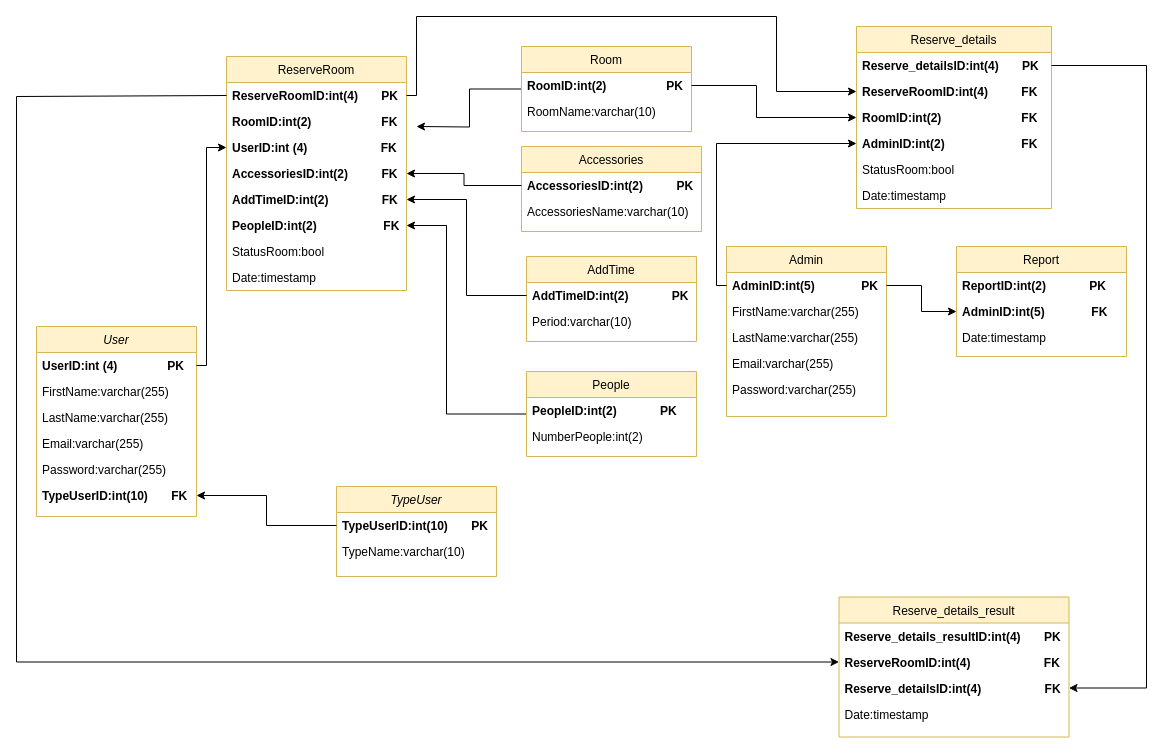
Before: Untitled Diagram.drawio in KawwalinJaiphet/AAA, a draw.io diagram. Source tidied: cells renumbered, new cells numbered last; positions are measured from the earlier drawing's top-left corner, leaving out a move shared by most shapes. Both pictures are drawn from the tidied source at 100%, with x=0, y=0 at pixel (16, 16).
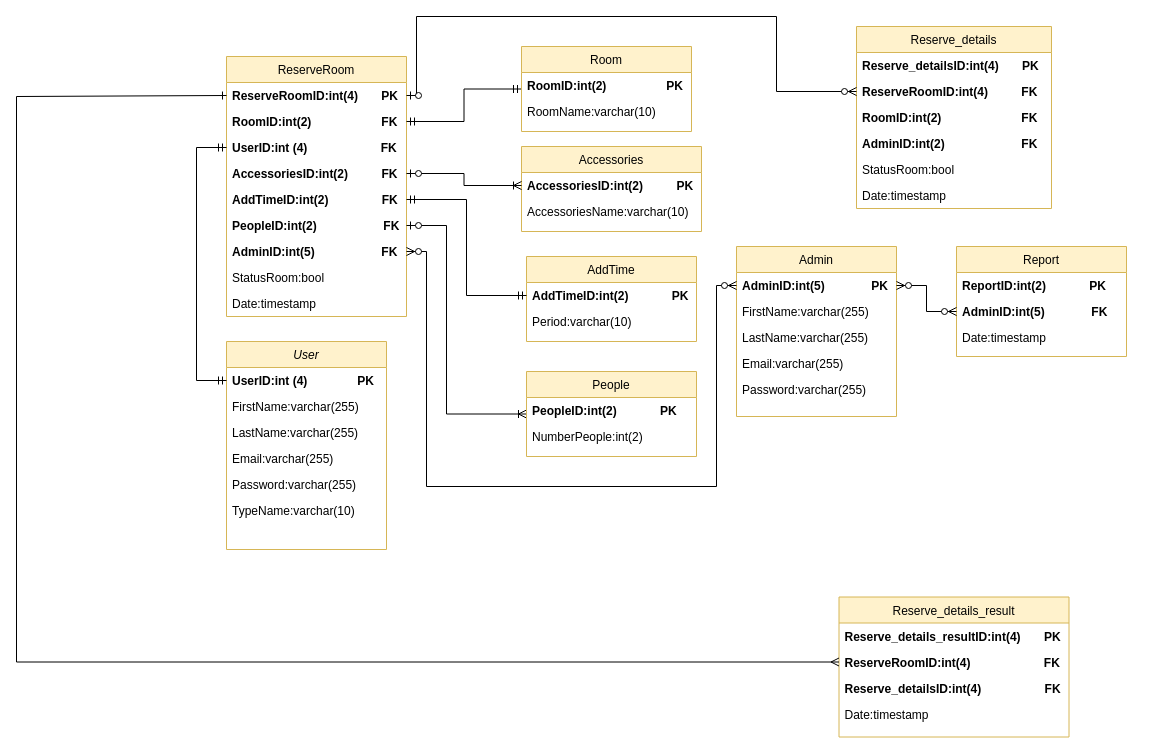
The same page after the edit.

The change refers to these unchanged cells:
```xml
<mxCell id="3" value="UserID:int (4)               PK" style="text;align=left;verticalAlign=top;spacingLeft=4;spacingRight=4;overflow=hidden;points=[[0,0.5],[1,0.5]];portConstraint=eastwest;fontStyle=1;" parent="2" vertex="1">
  <mxGeometry y="26" width="160" height="26" as="geometry" />
</mxCell>
<mxCell id="10" value="AdminID:int(5)              PK" style="text;align=left;verticalAlign=top;spacingLeft=4;spacingRight=4;overflow=hidden;points=[[0,0.5],[1,0.5]];portConstraint=eastwest;fontStyle=1;" parent="9" vertex="1">
  <mxGeometry y="26" width="160" height="26" as="geometry" />
</mxCell>
<mxCell id="16" value="ReserveRoomID:int(4)       PK" style="text;align=left;verticalAlign=top;spacingLeft=4;spacingRight=4;overflow=hidden;points=[[0,0.5],[1,0.5]];portConstraint=eastwest;fontStyle=1;" parent="15" vertex="1">
  <mxGeometry y="26" width="180" height="26" as="geometry" />
</mxCell>
<mxCell id="17" value="RoomID:int(2)                     FK" style="text;align=left;verticalAlign=top;spacingLeft=4;spacingRight=4;overflow=hidden;points=[[0,0.5],[1,0.5]];portConstraint=eastwest;fontStyle=1;" parent="15" vertex="1">
  <mxGeometry y="52" width="180" height="26" as="geometry" />
</mxCell>
<mxCell id="18" value="UserID:int (4)                      FK" style="text;align=left;verticalAlign=top;spacingLeft=4;spacingRight=4;overflow=hidden;points=[[0,0.5],[1,0.5]];portConstraint=eastwest;fontStyle=1;" parent="15" vertex="1">
  <mxGeometry y="78" width="180" height="26" as="geometry" />
</mxCell>
<mxCell id="19" value="AccessoriesID:int(2)          FK" style="text;align=left;verticalAlign=top;spacingLeft=4;spacingRight=4;overflow=hidden;points=[[0,0.5],[1,0.5]];portConstraint=eastwest;fontStyle=1;" parent="15" vertex="1">
  <mxGeometry y="104" width="180" height="26" as="geometry" />
</mxCell>
<mxCell id="20" value="AddTimeID:int(2)                FK" style="text;align=left;verticalAlign=top;spacingLeft=4;spacingRight=4;overflow=hidden;points=[[0,0.5],[1,0.5]];portConstraint=eastwest;fontStyle=1;" parent="15" vertex="1">
  <mxGeometry y="130" width="180" height="26" as="geometry" />
</mxCell>
<mxCell id="21" value="PeopleID:int(2)                    FK" style="text;align=left;verticalAlign=top;spacingLeft=4;spacingRight=4;overflow=hidden;points=[[0,0.5],[1,0.5]];portConstraint=eastwest;fontStyle=1;" parent="15" vertex="1">
  <mxGeometry y="156" width="180" height="26" as="geometry" />
</mxCell>
<mxCell id="28" value="Room" style="swimlane;fontStyle=0;align=center;verticalAlign=top;horizontal=1;startSize=26;rounded=0;shadow=0;strokeWidth=1;fillColor=#fff2cc;strokeColor=#d6b656;" parent="1" vertex="1">
  <mxGeometry x="505" y="30" width="170" height="85" as="geometry" />
</mxCell>
<mxCell id="29" value="RoomID:int(2)                  PK" style="text;align=left;verticalAlign=top;spacingLeft=4;spacingRight=4;overflow=hidden;points=[[0,0.5],[1,0.5]];portConstraint=eastwest;fontStyle=1;" parent="28" vertex="1">
  <mxGeometry y="26" width="170" height="26" as="geometry" />
</mxCell>
<mxCell id="32" value="AccessoriesID:int(2)          PK" style="text;align=left;verticalAlign=top;spacingLeft=4;spacingRight=4;overflow=hidden;points=[[0,0.5],[1,0.5]];portConstraint=eastwest;fontStyle=1;" parent="31" vertex="1">
  <mxGeometry y="26" width="180" height="26" as="geometry" />
</mxCell>
<mxCell id="35" value="AddTimeID:int(2)             PK" style="text;align=left;verticalAlign=top;spacingLeft=4;spacingRight=4;overflow=hidden;points=[[0,0.5],[1,0.5]];portConstraint=eastwest;fontStyle=1;" parent="34" vertex="1">
  <mxGeometry y="26" width="170" height="26" as="geometry" />
</mxCell>
<mxCell id="38" value="People" style="swimlane;fontStyle=0;align=center;verticalAlign=top;horizontal=1;startSize=26;rounded=0;shadow=0;strokeWidth=1;fillColor=#fff2cc;strokeColor=#d6b656;" parent="1" vertex="1">
  <mxGeometry x="510" y="355" width="170" height="85" as="geometry" />
</mxCell>
<mxCell id="42" value="Reserve_detailsID:int(4)       PK" style="text;align=left;verticalAlign=top;spacingLeft=4;spacingRight=4;overflow=hidden;points=[[0,0.5],[1,0.5]];portConstraint=eastwest;fontStyle=1;" parent="41" vertex="1">
  <mxGeometry y="26" width="195" height="26" as="geometry" />
</mxCell>
<mxCell id="43" value="ReserveRoomID:int(4)          FK" style="text;align=left;verticalAlign=top;spacingLeft=4;spacingRight=4;overflow=hidden;points=[[0,0.5],[1,0.5]];portConstraint=eastwest;fontStyle=1;" parent="41" vertex="1">
  <mxGeometry y="52" width="195" height="26" as="geometry" />
</mxCell>
<mxCell id="44" value="RoomID:int(2)                        FK" style="text;align=left;verticalAlign=top;spacingLeft=4;spacingRight=4;overflow=hidden;points=[[0,0.5],[1,0.5]];portConstraint=eastwest;fontStyle=1;" parent="41" vertex="1">
  <mxGeometry y="78" width="195" height="26" as="geometry" />
</mxCell>
<mxCell id="45" value="AdminID:int(2)                       FK" style="text;align=left;verticalAlign=top;spacingLeft=4;spacingRight=4;overflow=hidden;points=[[0,0.5],[1,0.5]];portConstraint=eastwest;fontStyle=1;" parent="41" vertex="1">
  <mxGeometry y="104" width="195" height="26" as="geometry" />
</mxCell>
<mxCell id="50" value="ReserveRoomID:int(4)                      FK" style="text;align=left;verticalAlign=top;spacingLeft=4;spacingRight=4;overflow=hidden;points=[[0,0.5],[1,0.5]];portConstraint=eastwest;fontStyle=1;" parent="48" vertex="1">
  <mxGeometry y="52" width="230" height="26" as="geometry" />
</mxCell>
<mxCell id="51" value="Reserve_detailsID:int(4)                   FK" style="text;align=left;verticalAlign=top;spacingLeft=4;spacingRight=4;overflow=hidden;points=[[0,0.5],[1,0.5]];portConstraint=eastwest;fontStyle=1;" parent="48" vertex="1">
  <mxGeometry y="78" width="230" height="26" as="geometry" />
</mxCell>
<mxCell id="55" value="AdminID:int(5)              FK" style="text;align=left;verticalAlign=top;spacingLeft=4;spacingRight=4;overflow=hidden;points=[[0,0.5],[1,0.5]];portConstraint=eastwest;fontStyle=1;" parent="53" vertex="1">
  <mxGeometry y="52" width="170" height="26" as="geometry" />
</mxCell>
```

What changed in the source:
```diff
@@
     <mxCell id="2" value="User" style="swimlane;fontStyle=2;align=center;verticalAlign=top;horizontal=1;startSize=26;rounded=0;shadow=0;strokeWidth=1;fillColor=#fff2cc;strokeColor=#d6b656;" parent="1" vertex="1">
-      <mxGeometry x="20" y="310" width="160" height="190" as="geometry" />
+      <mxGeometry x="210" y="325" width="160" height="208" as="geometry" />
     </mxCell>
@@
-    <mxCell id="8" value="TypeUserID:int(10)       FK" style="text;align=left;verticalAlign=top;spacingLeft=4;spacingRight=4;overflow=hidden;points=[[0,0.5],[1,0.5]];portConstraint=eastwest;rounded=0;shadow=0;html=0;fontStyle=1;" parent="2" vertex="1">
-      <mxGeometry y="156" width="160" height="26" as="geometry" />
-    </mxCell>
+    <mxCell id="26" value="TypeName:varchar(10)" style="text;align=left;verticalAlign=top;spacingLeft=4;spacingRight=4;overflow=hidden;rounded=0;shadow=0;html=0;" parent="2" vertex="1">
+      <mxGeometry y="156" width="160" height="26" as="geometry" />
+    </mxCell>
     <mxCell id="9" value="Admin" style="swimlane;fontStyle=0;align=center;verticalAlign=top;horizontal=1;startSize=26;rounded=0;shadow=0;strokeWidth=1;fillColor=#fff2cc;strokeColor=#d6b656;" parent="1" vertex="1">
-      <mxGeometry x="710" y="230" width="160" height="170" as="geometry" />
+      <mxGeometry x="720" y="230" width="160" height="170" as="geometry" />
     </mxCell>
@@
     <mxCell id="15" value="ReserveRoom" style="swimlane;fontStyle=0;align=center;verticalAlign=top;horizontal=1;startSize=26;rounded=0;shadow=0;strokeWidth=1;fillColor=#fff2cc;strokeColor=#d6b656;" parent="1" vertex="1">
-      <mxGeometry x="210" y="40" width="180" height="234" as="geometry" />
+      <mxGeometry x="210" y="40" width="180" height="260" as="geometry" />
     </mxCell>
@@
+    <mxCell id="67" value="AdminID:int(5)                    FK" style="text;align=left;verticalAlign=top;spacingLeft=4;spacingRight=4;overflow=hidden;points=[[0,0.5],[1,0.5]];portConstraint=eastwest;fontStyle=1;" parent="15" vertex="1">
+      <mxGeometry y="182" width="180" height="26" as="geometry" />
+    </mxCell>
     <mxCell id="22" value="StatusRoom:bool          " style="text;align=left;verticalAlign=top;spacingLeft=4;spacingRight=4;overflow=hidden;fontStyle=0;" parent="15" vertex="1">
-      <mxGeometry y="182" width="180" height="26" as="geometry" />
+      <mxGeometry y="208" width="180" height="26" as="geometry" />
     </mxCell>
     <mxCell id="23" value="Date:timestamp" style="text;align=left;verticalAlign=top;spacingLeft=4;spacingRight=4;overflow=hidden;fontStyle=0;" parent="15" vertex="1">
-      <mxGeometry y="208" width="180" height="26" as="geometry" />
+      <mxGeometry y="234" width="180" height="26" as="geometry" />
     </mxCell>
-    <mxCell id="24" value="TypeUser" style="swimlane;fontStyle=2;align=center;verticalAlign=top;horizontal=1;startSize=26;rounded=0;shadow=0;strokeWidth=1;fillColor=#fff2cc;strokeColor=#d6b656;" parent="1" vertex="1">
-      <mxGeometry x="320" y="470" width="160" height="90" as="geometry" />
-    </mxCell>
-    <mxCell id="25" value="TypeUserID:int(10)       PK" style="text;align=left;verticalAlign=top;spacingLeft=4;spacingRight=4;overflow=hidden;points=[[0,0.5],[1,0.5]];portConstraint=eastwest;fontStyle=1;" parent="24" vertex="1">
-      <mxGeometry y="26" width="160" height="26" as="geometry" />
-    </mxCell>
-    <mxCell id="26" value="TypeName:varchar(10)" style="text;align=left;verticalAlign=top;spacingLeft=4;spacingRight=4;overflow=hidden;rounded=0;shadow=0;html=0;" parent="24" vertex="1">
-      <mxGeometry y="52" width="160" height="26" as="geometry" />
-    </mxCell>
-    <mxCell id="27" style="edgeStyle=orthogonalEdgeStyle;rounded=0;jettySize=auto;html=1;" parent="1" edge="1" source="28">
-      <mxGeometry relative="1" as="geometry">
-        <mxPoint x="400" y="110" as="targetPoint" />
-      </mxGeometry>
+    <mxCell id="27" style="edgeStyle=orthogonalEdgeStyle;rounded=0;jettySize=auto;html=1;startArrow=ERmandOne;startFill=0;endArrow=ERmandOne;endFill=0;entryX=1;entryY=0.5;entryDx=0;entryDy=0;" parent="1" edge="1" source="28" target="17">
+      <mxGeometry relative="1" as="geometry" />
     </mxCell>
@@
-    <mxCell id="37" style="edgeStyle=orthogonalEdgeStyle;rounded=0;jettySize=auto;html=1;entryX=1;entryY=0.5;entryDx=0;entryDy=0;" parent="1" edge="1" source="38" target="21">
+    <mxCell id="37" style="edgeStyle=orthogonalEdgeStyle;rounded=0;jettySize=auto;html=1;entryX=1;entryY=0.5;entryDx=0;entryDy=0;startArrow=ERoneToMany;startFill=0;endArrow=ERzeroToOne;endFill=1;" parent="1" edge="1" source="38" target="21">
       <mxGeometry relative="1" as="geometry">
         <Array as="points">
           <mxPoint x="430" y="397" />
           <mxPoint x="430" y="209" />
         </Array>
       </mxGeometry>
     </mxCell>
@@
-    <mxCell id="57" style="edgeStyle=orthogonalEdgeStyle;rounded=0;jettySize=auto;html=1;entryX=1;entryY=0.5;entryDx=0;entryDy=0;exitX=0;exitY=0.5;exitDx=0;exitDy=0;" parent="1" edge="1" source="25" target="8">
-      <mxGeometry relative="1" as="geometry">
-        <Array as="points">
-          <mxPoint x="250" y="509" />
-          <mxPoint x="250" y="479" />
-        </Array>
-      </mxGeometry>
-    </mxCell>
-    <mxCell id="58" style="edgeStyle=orthogonalEdgeStyle;rounded=0;jettySize=auto;html=1;entryX=0;entryY=0.5;entryDx=0;entryDy=0;" parent="1" edge="1" source="3" target="18">
+    <mxCell id="58" style="edgeStyle=orthogonalEdgeStyle;rounded=0;jettySize=auto;html=1;entryX=0;entryY=0.5;entryDx=0;entryDy=0;startArrow=ERmandOne;startFill=0;endArrow=ERmandOne;endFill=0;exitX=0;exitY=0.5;exitDx=0;exitDy=0;" parent="1" edge="1" source="3" target="18">
       <mxGeometry relative="1" as="geometry">
         <Array as="points">
-          <mxPoint x="190" y="349" />
-          <mxPoint x="190" y="131" />
+          <mxPoint x="180" y="364" />
+          <mxPoint x="180" y="131" />
         </Array>
       </mxGeometry>
     </mxCell>
-    <mxCell id="59" style="edgeStyle=orthogonalEdgeStyle;rounded=0;jettySize=auto;html=1;entryX=1;entryY=0.5;entryDx=0;entryDy=0;" parent="1" edge="1" source="32" target="19">
+    <mxCell id="59" style="edgeStyle=orthogonalEdgeStyle;rounded=0;jettySize=auto;html=1;entryX=1;entryY=0.5;entryDx=0;entryDy=0;startArrow=ERoneToMany;startFill=0;endArrow=ERzeroToOne;endFill=1;" parent="1" edge="1" source="32" target="19">
       <mxGeometry relative="1" as="geometry" />
     </mxCell>
-    <mxCell id="60" style="edgeStyle=orthogonalEdgeStyle;rounded=0;jettySize=auto;html=1;" parent="1" edge="1" source="35" target="20">
+    <mxCell id="60" style="edgeStyle=orthogonalEdgeStyle;rounded=0;jettySize=auto;html=1;startArrow=ERmandOne;startFill=0;endArrow=ERmandOne;endFill=0;" parent="1" edge="1" source="35" target="20">
       <mxGeometry relative="1" as="geometry" />
     </mxCell>
-    <mxCell id="61" style="edgeStyle=orthogonalEdgeStyle;rounded=0;jettySize=auto;html=1;entryX=0;entryY=0.5;entryDx=0;entryDy=0;" parent="1" edge="1" source="16" target="43">
+    <mxCell id="61" style="edgeStyle=orthogonalEdgeStyle;rounded=0;jettySize=auto;html=1;entryX=0;entryY=0.5;entryDx=0;entryDy=0;endArrow=ERzeroToMany;endFill=1;startArrow=ERzeroToOne;startFill=1;" parent="1" edge="1" source="16" target="43">
       <mxGeometry relative="1" as="geometry">
         <Array as="points">
           <mxPoint x="400" y="79" />
           <mxPoint x="400" />
           <mxPoint x="760" />
           <mxPoint x="760" y="75" />
         </Array>
       </mxGeometry>
     </mxCell>
-    <mxCell id="62" style="edgeStyle=orthogonalEdgeStyle;rounded=0;jettySize=auto;html=1;" parent="1" edge="1" source="29" target="44">
-      <mxGeometry relative="1" as="geometry">
-        <Array as="points">
-          <mxPoint x="740" y="69" />
-          <mxPoint x="740" y="101" />
-        </Array>
-      </mxGeometry>
-    </mxCell>
-    <mxCell id="63" style="edgeStyle=orthogonalEdgeStyle;rounded=0;jettySize=auto;html=1;entryX=0;entryY=0.5;entryDx=0;entryDy=0;exitX=0;exitY=0.5;exitDx=0;exitDy=0;" parent="1" edge="1" source="10" target="45">
+    <mxCell id="63" style="edgeStyle=orthogonalEdgeStyle;rounded=0;jettySize=auto;html=1;entryX=1;entryY=0.5;entryDx=0;entryDy=0;exitX=0;exitY=0.5;exitDx=0;exitDy=0;startArrow=ERzeroToMany;startFill=1;endArrow=ERzeroToMany;endFill=1;" parent="1" edge="1" source="10" target="67">
       <mxGeometry relative="1" as="geometry">
         <Array as="points">
           <mxPoint x="700" y="269" />
-          <mxPoint x="700" y="127" />
+          <mxPoint x="700" y="470" />
+          <mxPoint x="410" y="470" />
+          <mxPoint x="410" y="235" />
         </Array>
       </mxGeometry>
     </mxCell>
-    <mxCell id="64" style="edgeStyle=orthogonalEdgeStyle;rounded=0;jettySize=auto;html=1;entryX=0;entryY=0.5;entryDx=0;entryDy=0;exitX=0;exitY=0.5;exitDx=0;exitDy=0;" parent="1" edge="1" source="16" target="50">
+    <mxCell id="64" style="edgeStyle=orthogonalEdgeStyle;rounded=0;jettySize=auto;html=1;entryX=0;entryY=0.5;entryDx=0;entryDy=0;exitX=0;exitY=0.5;exitDx=0;exitDy=0;startArrow=ERone;startFill=0;endArrow=ERmany;endFill=0;" parent="1" edge="1" source="16" target="50">
       <mxGeometry relative="1" as="geometry">
         <Array as="points">
           <mxPoint y="80" />
           <mxPoint y="646" />
         </Array>
       </mxGeometry>
     </mxCell>
-    <mxCell id="65" style="edgeStyle=orthogonalEdgeStyle;rounded=0;jettySize=auto;html=1;entryX=1;entryY=0.5;entryDx=0;entryDy=0;" parent="1" edge="1" source="42" target="51">
-      <mxGeometry relative="1" as="geometry">
-        <Array as="points">
-          <mxPoint x="1130" y="49" />
-          <mxPoint x="1130" y="672" />
-        </Array>
-      </mxGeometry>
-    </mxCell>
-    <mxCell id="66" style="edgeStyle=orthogonalEdgeStyle;rounded=0;jettySize=auto;html=1;exitX=1;exitY=0.5;exitDx=0;exitDy=0;" parent="1" edge="1" source="10" target="55">
+    <mxCell id="66" style="edgeStyle=orthogonalEdgeStyle;rounded=0;jettySize=auto;html=1;exitX=1;exitY=0.5;exitDx=0;exitDy=0;startArrow=ERzeroToMany;startFill=1;endArrow=ERzeroToMany;endFill=1;" parent="1" edge="1" source="10" target="55">
       <mxGeometry relative="1" as="geometry" />
     </mxCell>
```
